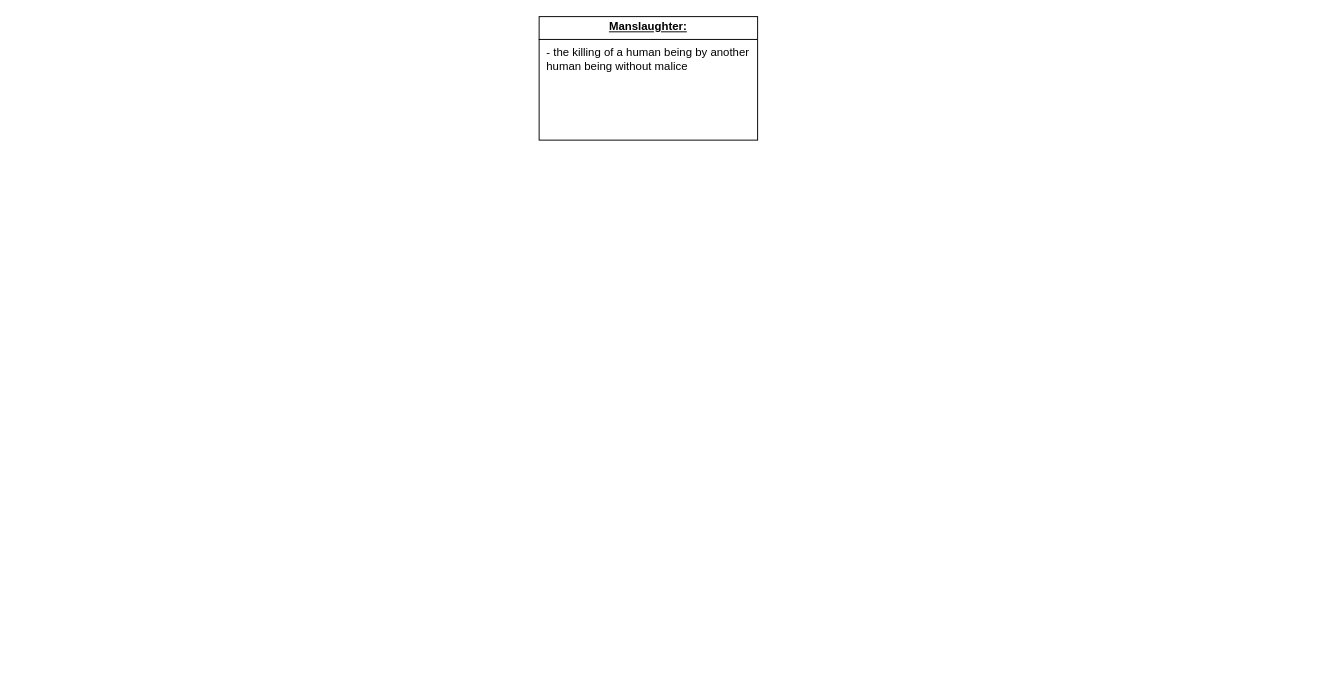
This is page "Manslaughter" (2 of 7) of Crim.drawio from Jdcruz831/law-school, a draw.io file, before an edit. Source tidied: cells renumbered, new cells numbered last; positions are measured from the earlier drawing's top-left corner, leaving out a move shared by most shapes. Both pictures are drawn from the tidied source at 95%, with x=0, y=0 at pixel (539, 16).
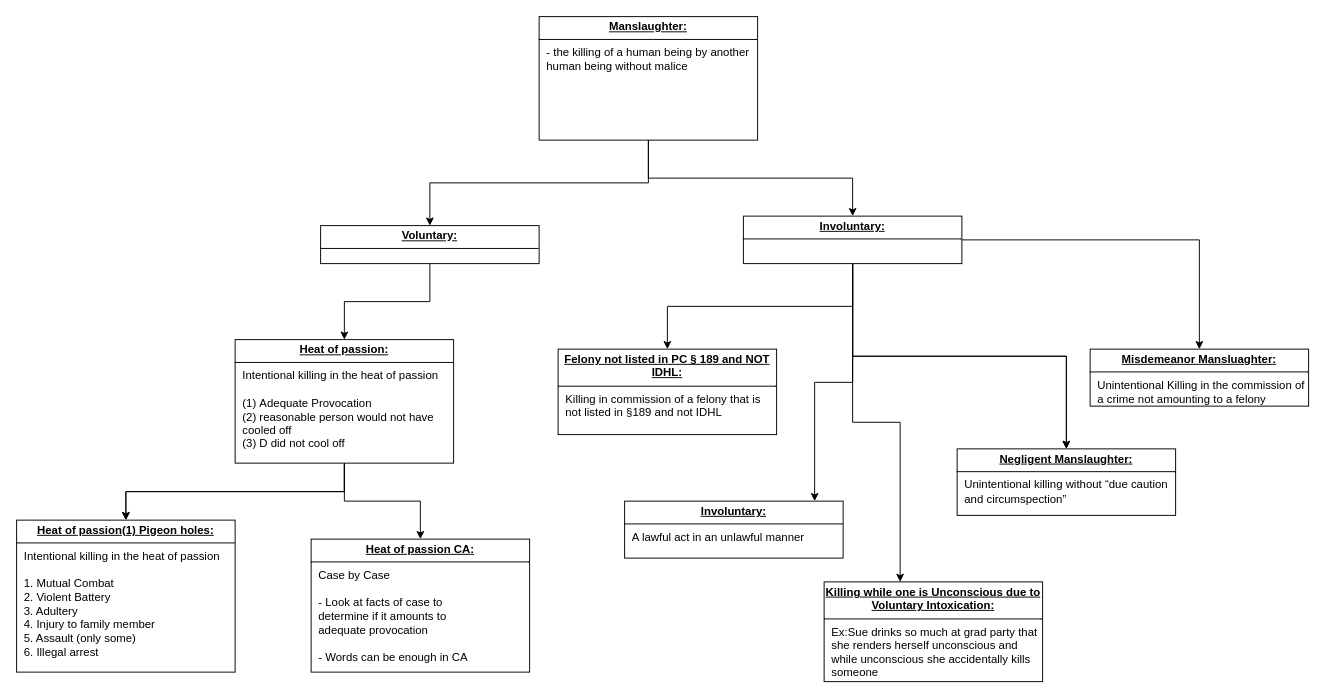
The same diagram, later.

Unchanged cells that the change refers to:
```xml
<mxCell id="2" value="&lt;p style=&quot;margin: 4px 0px 0px; text-align: center;&quot;&gt;&lt;b&gt;&lt;u&gt;Manslaughter:&lt;/u&gt;&lt;/b&gt;&lt;/p&gt;&lt;hr size=&quot;1&quot; style=&quot;border-style:solid;&quot;&gt;&lt;p style=&quot;margin:0px;margin-left:8px;&quot;&gt;- the killing of a human being by another human being without malice&amp;nbsp;&lt;/p&gt;" style="verticalAlign=top;align=left;overflow=fill;html=1;whiteSpace=wrap;" parent="1" vertex="1">
  <mxGeometry width="230" height="130" as="geometry" />
</mxCell>
```

Change to the diagram source:
```diff
@@
+    <mxCell id="3" style="edgeStyle=orthogonalEdgeStyle;rounded=0;jettySize=auto;html=1;" parent="1" edge="1" source="2" target="6">
+      <mxGeometry relative="1" as="geometry" />
+    </mxCell>
+    <mxCell id="4" style="edgeStyle=orthogonalEdgeStyle;rounded=0;jettySize=auto;html=1;" parent="1" edge="1" source="2" target="13">
+      <mxGeometry relative="1" as="geometry" />
+    </mxCell>
@@
+    <mxCell id="5" style="edgeStyle=orthogonalEdgeStyle;rounded=0;jettySize=auto;html=1;" parent="1" edge="1" source="6" target="17">
+      <mxGeometry relative="1" as="geometry" />
+    </mxCell>
+    <mxCell id="6" value="&lt;p style=&quot;margin: 4px 0px 0px; text-align: center;&quot;&gt;&lt;b&gt;&lt;u&gt;Voluntary:&lt;/u&gt;&lt;/b&gt;&lt;/p&gt;&lt;hr size=&quot;1&quot; style=&quot;border-style:solid;&quot;&gt;&lt;p style=&quot;margin:0px;margin-left:8px;&quot;&gt;&lt;br&gt;&lt;/p&gt;" style="verticalAlign=top;align=left;overflow=fill;html=1;whiteSpace=wrap;" parent="1" vertex="1">
+      <mxGeometry x="-230" y="220" width="230" height="40" as="geometry" />
+    </mxCell>
+    <mxCell id="7" style="edgeStyle=orthogonalEdgeStyle;rounded=0;jettySize=auto;html=1;" parent="1" edge="1" source="13" target="20">
+      <mxGeometry relative="1" as="geometry" />
+    </mxCell>
+    <mxCell id="8" style="edgeStyle=orthogonalEdgeStyle;rounded=0;jettySize=auto;html=1;" parent="1" edge="1" source="13" target="21">
+      <mxGeometry relative="1" as="geometry" />
+    </mxCell>
+    <mxCell id="9" style="edgeStyle=orthogonalEdgeStyle;rounded=0;jettySize=auto;html=1;" parent="1" edge="1" source="13" target="21">
+      <mxGeometry relative="1" as="geometry" />
+    </mxCell>
+    <mxCell id="10" style="edgeStyle=orthogonalEdgeStyle;rounded=0;jettySize=auto;html=1;" parent="1" edge="1" source="13" target="22">
+      <mxGeometry relative="1" as="geometry">
+        <Array as="points">
+          <mxPoint x="330" y="385" />
+          <mxPoint x="290" y="385" />
+        </Array>
+      </mxGeometry>
+    </mxCell>
+    <mxCell id="11" style="edgeStyle=orthogonalEdgeStyle;rounded=0;jettySize=auto;html=1;" parent="1" edge="1" source="13" target="23">
+      <mxGeometry relative="1" as="geometry" />
+    </mxCell>
+    <mxCell id="12" style="edgeStyle=orthogonalEdgeStyle;rounded=0;jettySize=auto;html=1;" parent="1" edge="1" source="13" target="24">
+      <mxGeometry relative="1" as="geometry">
+        <Array as="points">
+          <mxPoint x="330" y="427" />
+          <mxPoint x="380" y="427" />
+        </Array>
+      </mxGeometry>
+    </mxCell>
+    <mxCell id="13" value="&lt;p style=&quot;margin: 4px 0px 0px; text-align: center;&quot;&gt;&lt;b&gt;&lt;u&gt;Involuntary:&lt;/u&gt;&lt;/b&gt;&lt;/p&gt;&lt;hr size=&quot;1&quot; style=&quot;border-style:solid;&quot;&gt;&lt;p style=&quot;margin:0px;margin-left:8px;&quot;&gt;&lt;br&gt;&lt;/p&gt;" style="verticalAlign=top;align=left;overflow=fill;html=1;whiteSpace=wrap;" parent="1" vertex="1">
+      <mxGeometry x="215" y="210" width="230" height="50" as="geometry" />
+    </mxCell>
+    <mxCell id="14" style="edgeStyle=orthogonalEdgeStyle;rounded=0;jettySize=auto;html=1;" parent="1" edge="1" source="17" target="18">
+      <mxGeometry relative="1" as="geometry" />
+    </mxCell>
+    <mxCell id="15" style="edgeStyle=orthogonalEdgeStyle;rounded=0;jettySize=auto;html=1;" parent="1" edge="1" source="17" target="18">
+      <mxGeometry relative="1" as="geometry" />
+    </mxCell>
+    <mxCell id="16" style="edgeStyle=orthogonalEdgeStyle;rounded=0;jettySize=auto;html=1;" parent="1" edge="1" source="17" target="19">
+      <mxGeometry relative="1" as="geometry" />
+    </mxCell>
+    <mxCell id="17" value="&lt;p style=&quot;margin: 4px 0px 0px; text-align: center;&quot;&gt;&lt;b&gt;&lt;u&gt;Heat of passion:&lt;/u&gt;&lt;/b&gt;&lt;/p&gt;&lt;hr size=&quot;1&quot; style=&quot;border-style:solid;&quot;&gt;&lt;p style=&quot;margin:0px;margin-left:8px;&quot;&gt;Intentional killing in the heat of passion&amp;nbsp;&lt;/p&gt;&lt;p style=&quot;margin:0px;margin-left:8px;&quot;&gt;&lt;br&gt;&lt;/p&gt;&lt;p style=&quot;margin:0px;margin-left:8px;&quot;&gt;(1)&amp;nbsp;Adequate Provocation&lt;/p&gt;&lt;p style=&quot;margin:0px;margin-left:8px;&quot;&gt;(2) reasonable person would not have cooled off&lt;/p&gt;&lt;p style=&quot;margin:0px;margin-left:8px;&quot;&gt;(3) D did not cool off&lt;/p&gt;" style="verticalAlign=top;align=left;overflow=fill;html=1;whiteSpace=wrap;" parent="1" vertex="1">
+      <mxGeometry x="-320" y="340" width="230" height="130" as="geometry" />
+    </mxCell>
+    <mxCell id="18" value="&lt;p style=&quot;margin: 4px 0px 0px; text-align: center;&quot;&gt;&lt;b&gt;&lt;u&gt;Heat of passion(1) Pigeon&amp;nbsp;holes:&lt;/u&gt;&lt;/b&gt;&lt;/p&gt;&lt;hr size=&quot;1&quot; style=&quot;border-style:solid;&quot;&gt;&lt;p style=&quot;margin:0px;margin-left:8px;&quot;&gt;Intentional killing in the heat of passion&amp;nbsp;&lt;/p&gt;&lt;p style=&quot;margin:0px;margin-left:8px;&quot;&gt;&lt;br&gt;&lt;/p&gt;&lt;p style=&quot;margin:0px;margin-left:8px;&quot;&gt;1. Mutual Combat&amp;nbsp;&lt;/p&gt;&lt;p style=&quot;margin:0px;margin-left:8px;&quot;&gt;2. Violent Battery&amp;nbsp;&lt;/p&gt;&lt;p style=&quot;margin:0px;margin-left:8px;&quot;&gt;3. Adultery&amp;nbsp;&lt;/p&gt;&lt;p style=&quot;margin:0px;margin-left:8px;&quot;&gt;4. Injury to family member&amp;nbsp;&lt;/p&gt;&lt;p style=&quot;margin:0px;margin-left:8px;&quot;&gt;5. Assault (only some)&amp;nbsp;&lt;/p&gt;&lt;p style=&quot;margin:0px;margin-left:8px;&quot;&gt;6. Illegal arrest&amp;nbsp;&lt;/p&gt;" style="verticalAlign=top;align=left;overflow=fill;html=1;whiteSpace=wrap;" parent="1" vertex="1">
+      <mxGeometry x="-550" y="530" width="230" height="160" as="geometry" />
+    </mxCell>
+    <mxCell id="19" value="&lt;p style=&quot;text-align: center; margin: 4px 0px 0px;&quot;&gt;&lt;span style=&quot;text-align: left;&quot;&gt;&lt;b&gt;&lt;u&gt;Heat of passion CA&lt;/u&gt;&lt;/b&gt;&lt;/span&gt;&lt;b&gt;&lt;u&gt;:&lt;/u&gt;&lt;/b&gt;&lt;/p&gt;&lt;hr size=&quot;1&quot; style=&quot;border-style:solid;&quot;&gt;&lt;p style=&quot;margin:0px;margin-left:8px;&quot;&gt;Case by Case&amp;nbsp;&lt;br&gt;&lt;/p&gt;&lt;p style=&quot;margin:0px;margin-left:8px;&quot;&gt;&lt;br&gt;&lt;/p&gt;&lt;p style=&quot;margin:0px;margin-left:8px;&quot;&gt;- Look at facts of case to&amp;nbsp;&lt;/p&gt;&lt;p style=&quot;margin:0px;margin-left:8px;&quot;&gt;determine if it amounts to&amp;nbsp;&lt;/p&gt;&lt;p style=&quot;margin:0px;margin-left:8px;&quot;&gt;adequate provocation&amp;nbsp;&lt;/p&gt;&lt;p style=&quot;margin:0px;margin-left:8px;&quot;&gt;&lt;br&gt;&lt;/p&gt;&lt;p style=&quot;margin:0px;margin-left:8px;&quot;&gt;- Words can be enough in CA&lt;/p&gt;&lt;div&gt;&lt;br&gt;&lt;/div&gt;" style="verticalAlign=top;align=left;overflow=fill;html=1;whiteSpace=wrap;" parent="1" vertex="1">
+      <mxGeometry x="-240" y="550" width="230" height="140" as="geometry" />
+    </mxCell>
+    <mxCell id="20" value="&lt;p style=&quot;margin: 4px 0px 0px; text-align: center;&quot;&gt;&lt;b&gt;&lt;u&gt;Misdemeanor Mansluaghter:&lt;/u&gt;&lt;/b&gt;&lt;/p&gt;&lt;hr size=&quot;1&quot; style=&quot;border-style:solid;&quot;&gt;&lt;p style=&quot;margin:0px;margin-left:8px;&quot;&gt;Unintentional Killing in the commission of a crime not amounting to a felony&lt;br&gt;&lt;/p&gt;" style="verticalAlign=top;align=left;overflow=fill;html=1;whiteSpace=wrap;" parent="1" vertex="1">
+      <mxGeometry x="580" y="350" width="230" height="60" as="geometry" />
+    </mxCell>
+    <mxCell id="21" value="&lt;p style=&quot;text-align: center; margin: 4px 0px 0px;&quot;&gt;&lt;span style=&quot;text-align: left;&quot;&gt;&lt;b&gt;&lt;u&gt;Negligent Manslaughter&lt;/u&gt;&lt;/b&gt;&lt;/span&gt;&lt;b&gt;&lt;u&gt;:&lt;/u&gt;&lt;/b&gt;&lt;/p&gt;&lt;hr size=&quot;1&quot; style=&quot;border-style:solid;&quot;&gt;&lt;p style=&quot;margin:0px;margin-left:8px;&quot;&gt;Unintentional killing without “due caution and circumspection”&lt;/p&gt;&lt;div&gt;&lt;br&gt;&lt;/div&gt;" style="verticalAlign=top;align=left;overflow=fill;html=1;whiteSpace=wrap;" parent="1" vertex="1">
+      <mxGeometry x="440" y="455" width="230" height="70" as="geometry" />
+    </mxCell>
+    <mxCell id="22" value="&lt;p style=&quot;margin: 4px 0px 0px; text-align: center;&quot;&gt;&lt;b&gt;&lt;u&gt;Involuntary:&lt;/u&gt;&lt;/b&gt;&lt;/p&gt;&lt;hr size=&quot;1&quot; style=&quot;border-style:solid;&quot;&gt;&lt;p style=&quot;margin:0px;margin-left:8px;&quot;&gt;A lawful act in an unlawful manner&lt;/p&gt;&lt;div&gt;&lt;br&gt;&lt;/div&gt;" style="verticalAlign=top;align=left;overflow=fill;html=1;whiteSpace=wrap;" parent="1" vertex="1">
+      <mxGeometry x="90" y="510" width="230" height="60" as="geometry" />
+    </mxCell>
+    <mxCell id="23" value="&lt;p style=&quot;text-align: center; margin: 4px 0px 0px;&quot;&gt;&lt;b&gt;&lt;u&gt;Felony not listed in PC § 189 and NOT IDHL&lt;/u&gt;&lt;/b&gt;&lt;b style=&quot;&quot;&gt;&lt;u&gt;:&lt;/u&gt;&lt;/b&gt;&lt;/p&gt;&lt;hr size=&quot;1&quot; style=&quot;text-align: center; border-style:solid;&quot;&gt;&lt;p style=&quot;margin:0px;margin-left:8px;&quot;&gt;Killing in commission of a felony that is not listed in §189 and not IDHL&lt;br&gt;&lt;/p&gt;" style="verticalAlign=top;align=left;overflow=fill;html=1;whiteSpace=wrap;" parent="1" vertex="1">
+      <mxGeometry x="20" y="350" width="230" height="90" as="geometry" />
+    </mxCell>
+    <mxCell id="24" value="&lt;p style=&quot;text-align: center; margin: 4px 0px 0px;&quot;&gt;&lt;span style=&quot;text-align: left;&quot;&gt;&lt;b&gt;&lt;u&gt;Killing while one is Unconscious due to Voluntary Intoxication&lt;/u&gt;&lt;/b&gt;&lt;/span&gt;&lt;b&gt;&lt;u&gt;:&lt;/u&gt;&lt;/b&gt;&lt;/p&gt;&lt;hr size=&quot;1&quot; style=&quot;border-style:solid;&quot;&gt;&lt;p style=&quot;margin:0px;margin-left:8px;&quot;&gt;Ex:Sue drinks so much at grad party that she renders herself unconscious and while unconscious she accidentally kills someone&lt;/p&gt;&lt;div&gt;&lt;br&gt;&lt;/div&gt;" style="verticalAlign=top;align=left;overflow=fill;html=1;whiteSpace=wrap;" parent="1" vertex="1">
+      <mxGeometry x="300" y="595" width="230" height="105" as="geometry" />
+    </mxCell>
```
